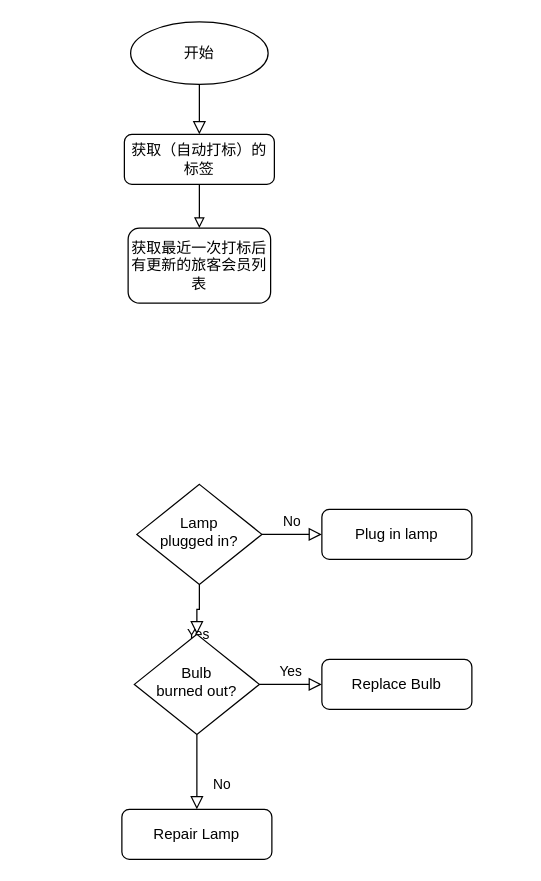
This is 自动打标流程图.drawio from yang981209/gitskills, a draw.io file, before an edit. Source tidied: cells renumbered, new cells numbered last; positions are measured from the earlier drawing's top-left corner, leaving out a move shared by most shapes. Both pictures are drawn from the tidied source at 125%, with x=0, y=0 at pixel (121, 21).
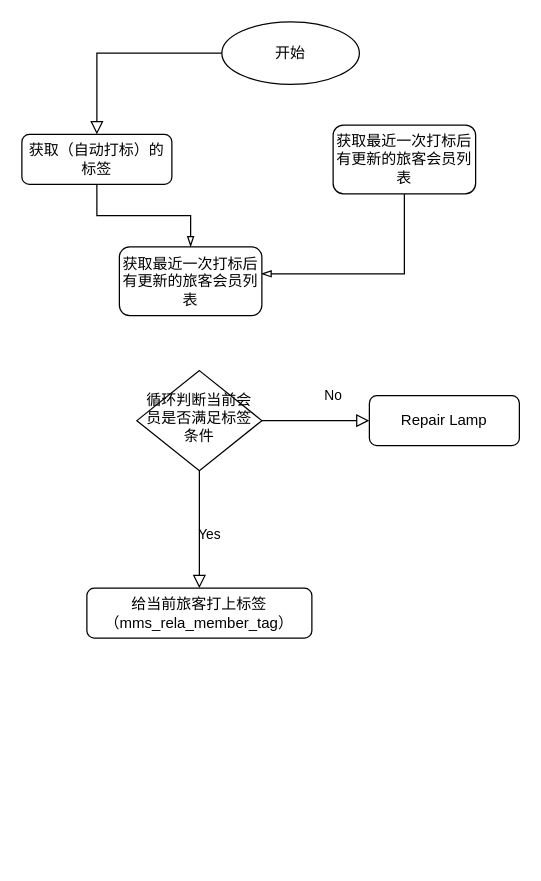
After the change.

Commit message (it also covers changes not shown here):
更新自动打标流程图.drawio

What changed in the source:
```diff
@@
 <mxGraphModel>
   <root>
     <mxCell id="0" />
     <mxCell id="1" parent="0" />
-    <mxCell id="2" style="edgeStyle=orthogonalEdgeStyle;rounded=0;jettySize=auto;html=1;exitX=0.5;exitY=1;exitDx=0;exitDy=0;endArrow=block;strokeColor=default;endFill=0;" parent="1" edge="1" source="3" target="15">
-      <mxGeometry relative="1" as="geometry" />
-    </mxCell>
+    <mxCell id="16" style="edgeStyle=orthogonalEdgeStyle;rounded=0;jettySize=auto;html=1;exitX=0.5;exitY=1;exitDx=0;exitDy=0;endArrow=blockThin;endFill=0;strokeColor=default;strokeWidth=1;" parent="1" edge="1" source="3" target="19">
+      <mxGeometry relative="1" as="geometry" />
+    </mxCell>
     <mxCell id="3" value="获取（自动打标）的标签" style="rounded=1;whiteSpace=wrap;html=1;fontSize=12;glass=0;strokeWidth=1;shadow=0;" parent="1" vertex="1">
-      <mxGeometry x="2" y="90" width="120" height="40" as="geometry" />
+      <mxGeometry x="-80" y="90" width="120" height="40" as="geometry" />
     </mxCell>
-    <mxCell id="4" value="Yes" style="rounded=0;html=1;jettySize=auto;fontSize=11;endArrow=block;endFill=0;endSize=8;strokeWidth=1;shadow=0;labelBackgroundColor=none;edgeStyle=orthogonalEdgeStyle;" parent="1" edge="1" source="6" target="10">
-      <mxGeometry y="20" relative="1" as="geometry" />
-    </mxCell>
-    <mxCell id="5" value="No" style="edgeStyle=orthogonalEdgeStyle;rounded=0;html=1;jettySize=auto;fontSize=11;endArrow=block;endFill=0;endSize=8;strokeWidth=1;shadow=0;labelBackgroundColor=none;" parent="1" edge="1" source="6" target="7">
-      <mxGeometry y="10" relative="1" as="geometry" />
+    <mxCell id="5" value="Yes" style="edgeStyle=orthogonalEdgeStyle;rounded=0;html=1;jettySize=auto;fontSize=11;endArrow=block;endFill=0;endSize=8;strokeWidth=1;shadow=0;labelBackgroundColor=none;exitX=0.5;exitY=1;exitDx=0;exitDy=0;" parent="1" edge="1" source="18" target="7">
+      <mxGeometry x="0.09" y="8" relative="1" as="geometry" />
     </mxCell>
-    <mxCell id="6" value="Lamp&lt;br&gt;plugged in?" style="rhombus;whiteSpace=wrap;html=1;shadow=0;fontFamily=Helvetica;fontSize=12;align=center;strokeWidth=1;spacing=6;spacingTop=-4;" parent="1" vertex="1">
-      <mxGeometry x="12" y="370" width="100" height="80" as="geometry" />
-    </mxCell>
-    <mxCell id="7" value="Plug in lamp" style="rounded=1;whiteSpace=wrap;html=1;fontSize=12;glass=0;strokeWidth=1;shadow=0;" parent="1" vertex="1">
-      <mxGeometry x="160" y="390" width="120" height="40" as="geometry" />
+    <mxCell id="7" value="给当前旅客打上标签（mms_rela_member_tag）" style="rounded=1;whiteSpace=wrap;html=1;fontSize=12;glass=0;strokeWidth=1;shadow=0;" parent="1" vertex="1">
+      <mxGeometry x="-28" y="453" width="180" height="40" as="geometry" />
     </mxCell>
-    <mxCell id="8" value="No" style="rounded=0;html=1;jettySize=auto;fontSize=11;endArrow=block;endFill=0;endSize=8;strokeWidth=1;shadow=0;labelBackgroundColor=none;edgeStyle=orthogonalEdgeStyle;" parent="1" edge="1" source="10" target="11">
+    <mxCell id="8" value="No" style="rounded=0;html=1;jettySize=auto;fontSize=11;endArrow=block;endFill=0;endSize=8;strokeWidth=1;shadow=0;labelBackgroundColor=none;edgeStyle=orthogonalEdgeStyle;exitX=1;exitY=0.5;exitDx=0;exitDy=0;" parent="1" edge="1" source="18" target="11">
       <mxGeometry x="0.33" y="20" relative="1" as="geometry" />
     </mxCell>
-    <mxCell id="9" value="Yes" style="edgeStyle=orthogonalEdgeStyle;rounded=0;html=1;jettySize=auto;fontSize=11;endArrow=block;endFill=0;endSize=8;strokeWidth=1;shadow=0;labelBackgroundColor=none;" parent="1" edge="1" source="10" target="12">
-      <mxGeometry y="10" relative="1" as="geometry" />
-    </mxCell>
-    <mxCell id="10" value="Bulb&lt;br&gt;burned out?" style="rhombus;whiteSpace=wrap;html=1;shadow=0;fontFamily=Helvetica;fontSize=12;align=center;strokeWidth=1;spacing=6;spacingTop=-4;" parent="1" vertex="1">
-      <mxGeometry x="10" y="490" width="100" height="80" as="geometry" />
-    </mxCell>
     <mxCell id="11" value="Repair Lamp" style="rounded=1;whiteSpace=wrap;html=1;fontSize=12;glass=0;strokeWidth=1;shadow=0;" parent="1" vertex="1">
-      <mxGeometry y="630" width="120" height="40" as="geometry" />
+      <mxGeometry x="198" y="299" width="120" height="40" as="geometry" />
     </mxCell>
-    <mxCell id="12" value="Replace Bulb" style="rounded=1;whiteSpace=wrap;html=1;fontSize=12;glass=0;strokeWidth=1;shadow=0;" parent="1" vertex="1">
-      <mxGeometry x="160" y="510" width="120" height="40" as="geometry" />
-    </mxCell>
     <mxCell id="13" value="开始" style="ellipse;whiteSpace=wrap;html=1;" parent="1" vertex="1">
-      <mxGeometry x="7" width="110" height="50" as="geometry" />
+      <mxGeometry x="80" width="110" height="50" as="geometry" />
     </mxCell>
     <mxCell id="14" style="rounded=0;html=1;jettySize=auto;fontSize=11;endArrow=block;endFill=0;endSize=8;strokeWidth=1;shadow=0;labelBackgroundColor=none;edgeStyle=orthogonalEdgeStyle;" parent="1" edge="1" source="13" target="3">
       <mxGeometry relative="1" as="geometry" />
     </mxCell>
+    <mxCell id="17" style="edgeStyle=orthogonalEdgeStyle;rounded=0;jettySize=auto;html=1;exitX=0.5;exitY=1;exitDx=0;exitDy=0;endArrow=blockThin;endFill=0;strokeColor=default;strokeWidth=1;entryX=0.994;entryY=0.392;entryDx=0;entryDy=0;entryPerimeter=0;" parent="1" edge="1" source="15" target="19">
+      <mxGeometry relative="1" as="geometry" />
+    </mxCell>
     <mxCell id="15" value="获取最近一次打标后有更新的旅客会员列表" style="rounded=1;whiteSpace=wrap;html=1;gradientColor=none;" parent="1" vertex="1">
-      <mxGeometry x="5" y="165" width="114" height="60" as="geometry" />
+      <mxGeometry x="169" y="82.5" width="114" height="55" as="geometry" />
     </mxCell>
+    <mxCell id="18" value="循环判断当前会员是否满足标签条件" style="rhombus;whiteSpace=wrap;html=1;shadow=0;fontFamily=Helvetica;fontSize=12;align=center;strokeWidth=1;spacing=6;spacingTop=-4;" parent="1" vertex="1">
+      <mxGeometry x="12" y="279" width="100" height="80" as="geometry" />
+    </mxCell>
+    <mxCell id="19" value="获取最近一次打标后有更新的旅客会员列表" style="rounded=1;whiteSpace=wrap;html=1;gradientColor=none;" parent="1" vertex="1">
+      <mxGeometry x="-2" y="180" width="114" height="55" as="geometry" />
+    </mxCell>
   </root>
 </mxGraphModel>
```
